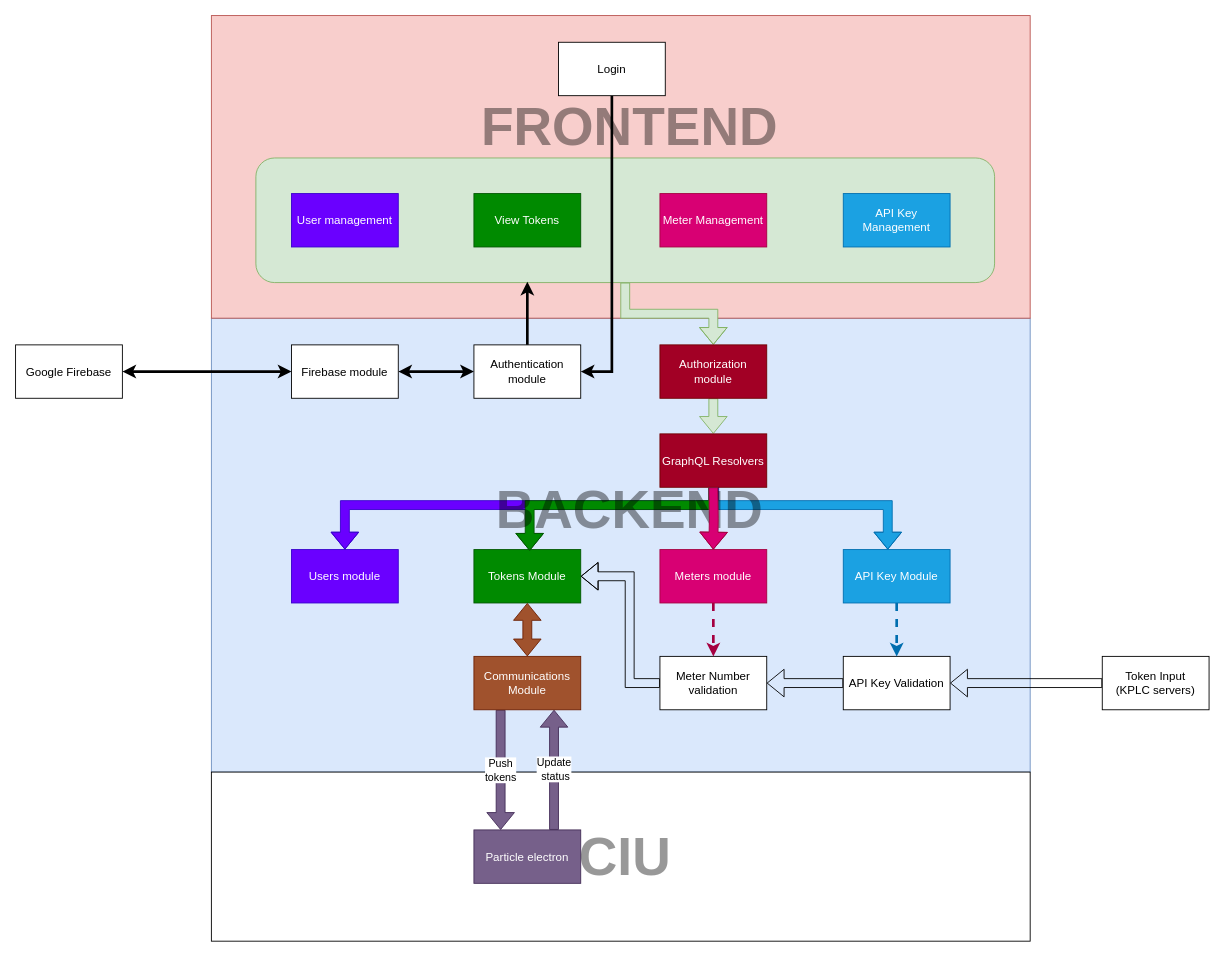
Earlier version of the draw.io diagram assets/logicv2.drawio (kisinga/ATS). Source tidied: cells renumbered, new cells numbered last; positions are measured from the earlier drawing's top-left corner, leaving out a move shared by most shapes. Both pictures are drawn from the tidied source at 89%, with x=0, y=0 at pixel (15, 15).
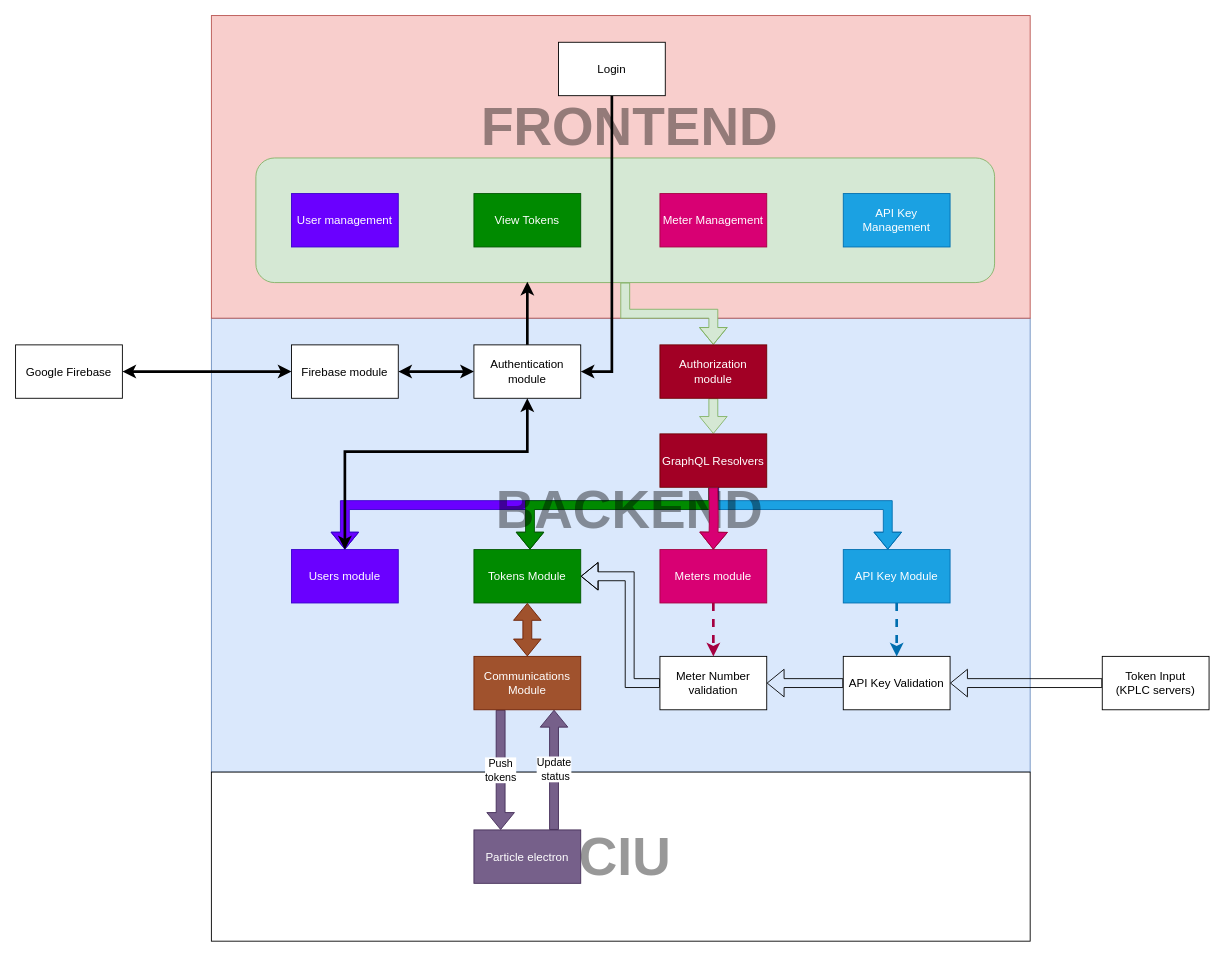
Above is the later version.

The change refers to these unchanged cells:
```xml
<mxCell id="17" value="Users module" style="rounded=0;whiteSpace=wrap;html=1;fontSize=13;fillColor=#6a00ff;strokeColor=#3700CC;fontColor=#ffffff;" parent="1" vertex="1">
  <mxGeometry x="310" y="600" width="120" height="60" as="geometry" />
</mxCell>
<mxCell id="22" value="Tokens Module" style="rounded=0;whiteSpace=wrap;html=1;fontSize=13;fillColor=#008a00;strokeColor=#005700;fontColor=#ffffff;" parent="1" vertex="1">
  <mxGeometry x="515" y="600" width="120" height="60" as="geometry" />
</mxCell>
<mxCell id="24" value="Authentication module" style="rounded=0;whiteSpace=wrap;html=1;fontSize=13;" parent="1" vertex="1">
  <mxGeometry x="515" y="370" width="120" height="60" as="geometry" />
</mxCell>
```

What changed in the source:
```diff
@@
-    <mxCell id="43" style="edgeStyle=orthogonalEdgeStyle;shape=flexArrow;rounded=0;jettySize=auto;html=1;fillColor=#008a00;strokeColor=#005700;entryX=0.522;entryY=0.023;entryDx=0;entryDy=0;entryPerimeter=0;" parent="1" edge="1" target="22">
+    <mxCell id="43" style="edgeStyle=orthogonalEdgeStyle;shape=flexArrow;rounded=0;jettySize=auto;html=1;fillColor=#008a00;strokeColor=#005700;" parent="1" edge="1" target="22">
       <mxGeometry relative="1" as="geometry">
         <mxPoint x="784" y="530" as="sourcePoint" />
         <Array as="points">
           <mxPoint x="784" y="550" />
           <mxPoint x="578" y="550" />
-          <mxPoint x="578" y="601" />
         </Array>
       </mxGeometry>
     </mxCell>
@@
+    <mxCell id="46" style="edgeStyle=orthogonalEdgeStyle;rounded=0;jettySize=auto;html=1;startArrow=classic;startFill=1;strokeWidth=3;" parent="1" edge="1" source="24" target="17">
+      <mxGeometry relative="1" as="geometry">
+        <Array as="points">
+          <mxPoint x="575" y="490" />
+          <mxPoint x="370" y="490" />
+        </Array>
+      </mxGeometry>
+    </mxCell>
```
